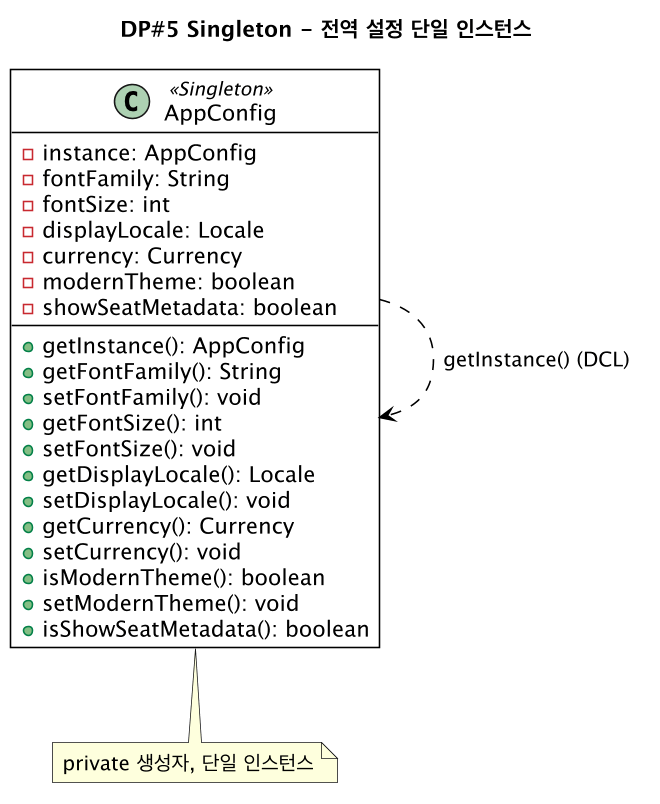
The PlantUML diagram docs/diagrams/iter4-puml/dp5-singleton.png in gimjungwook/KoreanAirReservationDomain, before a commit.
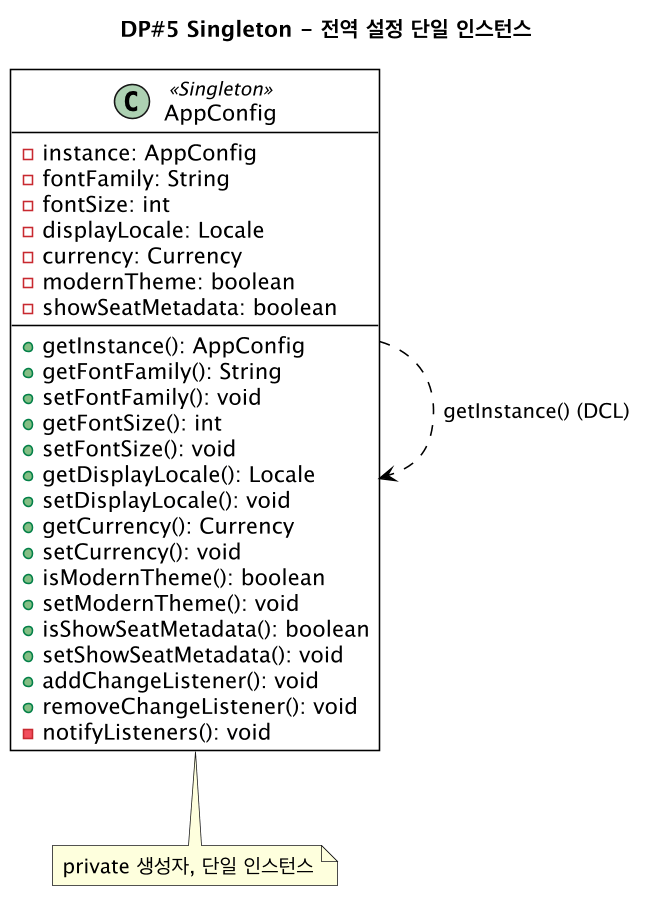
Above is the later version.

Diff of the diagram source:
```diff
@@ -22,6 +22,10 @@
   +isModernTheme(): boolean
   +setModernTheme(): void
   +isShowSeatMetadata(): boolean
+  +setShowSeatMetadata(): void
+  +addChangeListener(): void
+  +removeChangeListener(): void
+  -notifyListeners(): void
 }
 AppConfig ..> AppConfig : getInstance() (DCL)
 note bottom of AppConfig : private 생성자, 단일 인스턴스
```
